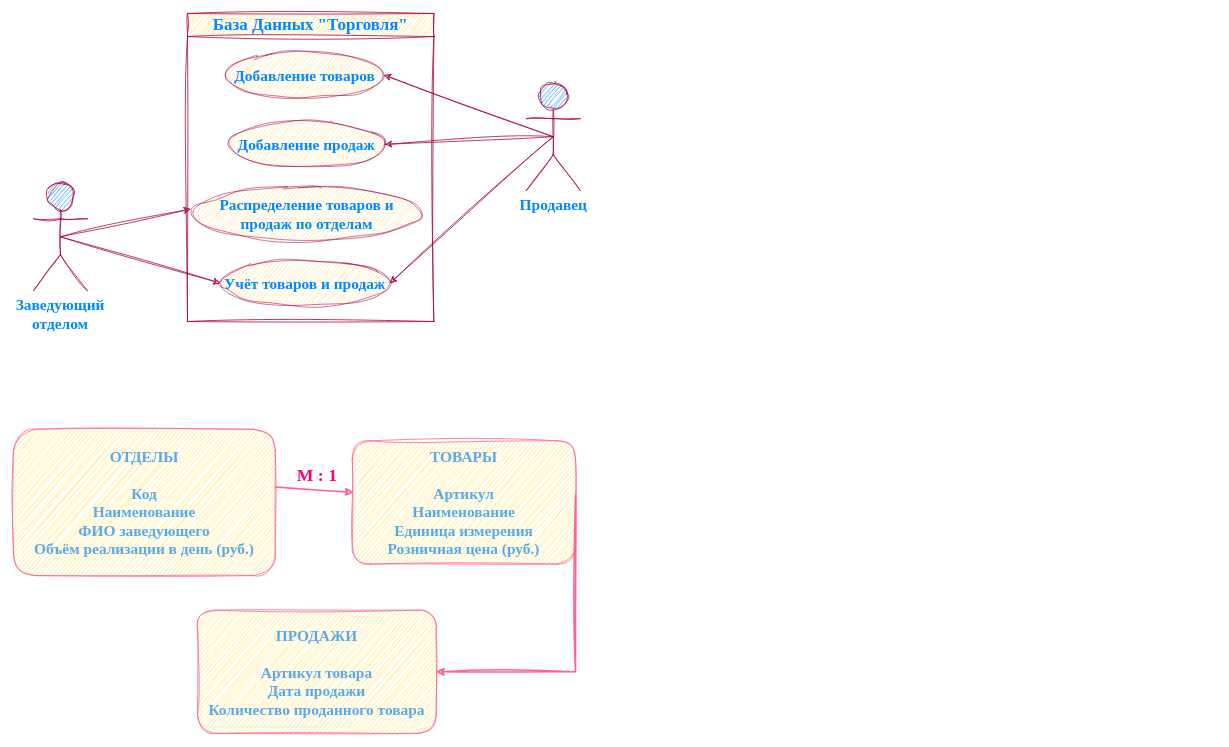
Daria-Zharinova/ZPervoe keeps this draw.io diagram as page "Страница 1" (2 of 2) of Практика.drawio. Above is the earlier version. Source tidied: cells renumbered, new cells numbered last; positions are measured from the earlier drawing's top-left corner, leaving out a move shared by most shapes. Both pictures are drawn from the tidied source at 77%, with x=0, y=0 at pixel (13, 13).
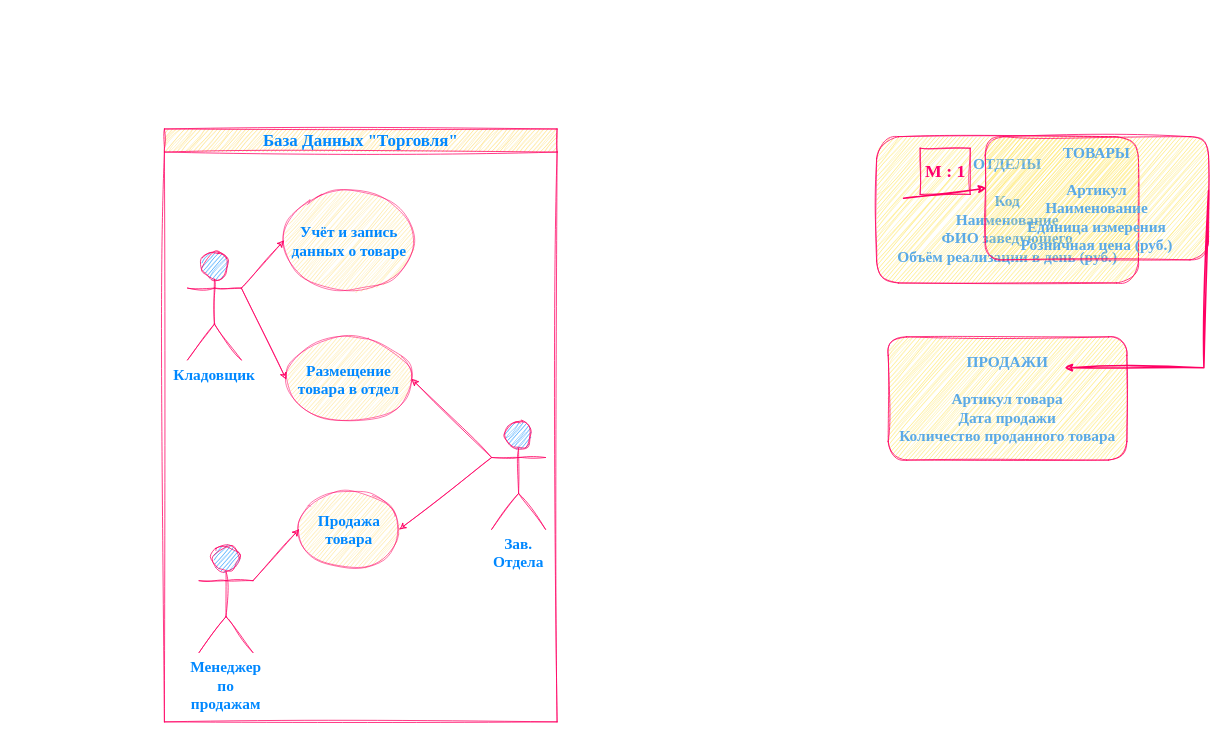
The same diagram, later.

The edit, as a diff of the source:
```diff
@@
-    <mxCell id="2" value="Заведующий отделом" style="shape=umlActor;verticalLabelPosition=bottom;verticalAlign=top;html=1;outlineConnect=0;whiteSpace=wrap;fillColor=#0088FF;strokeColor=#A50040;fontColor=#0088FF;shadow=0;swimlaneLine=1;sketch=1;curveFitting=1;jiggle=2;fontSize=20;fontStyle=1;fontFamily=Garamond;" parent="1" vertex="1">
-      <mxGeometry x="26" y="220" width="70" height="140" as="geometry" />
-    </mxCell>
-    <mxCell id="3" value="Продавец" style="shape=umlActor;verticalLabelPosition=bottom;verticalAlign=top;html=1;outlineConnect=0;fillColor=#0088FF;strokeColor=#A50040;fontColor=#0088FF;shadow=0;swimlaneLine=1;sketch=1;curveFitting=1;jiggle=2;fontSize=20;fontStyle=1;fontFamily=Garamond;" parent="1" vertex="1">
-      <mxGeometry x="666" y="90" width="70" height="140" as="geometry" />
-    </mxCell>
-    <mxCell id="4" value="База Данных &quot;Торговля&quot;" style="swimlane;startSize=30;fontStyle=1;horizontal=1;swimlaneLine=1;strokeWidth=1;swimlaneFillColor=#ffffff;whiteSpace=wrap;fillColor=#FFD966;strokeColor=#A50040;fontColor=#0088FF;shadow=0;labelBackgroundColor=none;rounded=0;sketch=1;curveFitting=1;jiggle=2;labelBorderColor=none;html=1;verticalAlign=middle;fontSize=22;fontFamily=Garamond;" parent="1" vertex="1">
-      <mxGeometry x="226" width="320" height="400" as="geometry" />
+    <mxCell id="4" value="База Данных &quot;Торговля&quot;" style="swimlane;startSize=30;fontStyle=1;horizontal=1;swimlaneLine=1;strokeWidth=1;swimlaneFillColor=#ffffff;whiteSpace=wrap;fillColor=#FFD966;strokeColor=#FF0063;fontColor=#0088FF;shadow=0;labelBackgroundColor=none;rounded=0;sketch=1;curveFitting=1;jiggle=2;labelBorderColor=none;html=1;verticalAlign=middle;fontSize=22;fontFamily=Garamond;" parent="1" vertex="1">
+      <mxGeometry x="196" y="150" width="510" height="770" as="geometry" />
     </mxCell>
-    <mxCell id="5" value="Добавление товаров" style="ellipse;whiteSpace=wrap;html=1;fillColor=#FFD966;strokeColor=#A50040;fontColor=#0088FF;shadow=0;swimlaneLine=1;fontStyle=1;sketch=1;curveFitting=1;jiggle=2;gradientColor=none;strokeWidth=1;opacity=70;fontSize=20;fontFamily=Garamond;" parent="4" vertex="1">
-      <mxGeometry x="50" y="50" width="205.4" height="60" as="geometry" />
+    <mxCell id="5" value="Учёт и запись данных о товаре" style="ellipse;whiteSpace=wrap;html=1;fillColor=#FFD966;strokeColor=#FF0063;fontColor=#0088FF;shadow=0;swimlaneLine=1;fontStyle=1;sketch=1;curveFitting=1;jiggle=2;gradientColor=none;strokeWidth=1;opacity=70;fontSize=20;fontFamily=Garamond;" parent="4" vertex="1">
+      <mxGeometry x="155" y="80" width="170" height="130" as="geometry" />
     </mxCell>
-    <mxCell id="6" value="Добавление продаж" style="ellipse;whiteSpace=wrap;html=1;fillColor=#FFD966;strokeColor=#A50040;fontColor=#0088FF;shadow=0;swimlaneLine=1;fontStyle=1;sketch=1;curveFitting=1;jiggle=2;gradientColor=none;strokeWidth=1;opacity=70;fontSize=20;fontFamily=Garamond;" parent="4" vertex="1">
-      <mxGeometry x="53.3" y="140" width="203.3" height="60" as="geometry" />
+    <mxCell id="6" value="Размещение товара в отдел" style="ellipse;whiteSpace=wrap;html=1;fillColor=#FFD966;strokeColor=#FF0063;fontColor=#0088FF;shadow=0;swimlaneLine=1;fontStyle=1;sketch=1;curveFitting=1;jiggle=2;gradientColor=none;strokeWidth=1;opacity=70;fontSize=20;fontFamily=Garamond;" parent="4" vertex="1">
+      <mxGeometry x="158.1" y="270" width="163.3" height="110" as="geometry" />
     </mxCell>
-    <mxCell id="7" value="Учёт товаров и продаж" style="ellipse;whiteSpace=wrap;html=1;fillColor=#FFD966;strokeColor=#A50040;fontColor=#0088FF;shadow=0;swimlaneLine=1;fontStyle=1;sketch=1;curveFitting=1;jiggle=2;gradientColor=none;strokeWidth=1;opacity=70;fontSize=20;fontFamily=Garamond;" parent="4" vertex="1">
-      <mxGeometry x="42.3" y="320" width="220.8" height="60" as="geometry" />
+    <mxCell id="7" value="Продажа товара" style="ellipse;whiteSpace=wrap;html=1;fillColor=#FFD966;strokeColor=#FF0063;fontColor=#0088FF;shadow=0;swimlaneLine=1;fontStyle=1;sketch=1;curveFitting=1;jiggle=2;gradientColor=none;strokeWidth=1;opacity=70;fontSize=20;fontFamily=Garamond;" parent="4" vertex="1">
+      <mxGeometry x="174.8" y="470" width="130.4" height="100" as="geometry" />
     </mxCell>
-    <mxCell id="8" value="Распределение товаров и продаж по отделам" style="ellipse;whiteSpace=wrap;html=1;fillColor=#FFD966;strokeColor=#A50040;fontColor=#0088FF;shadow=0;swimlaneLine=1;fontStyle=1;sketch=1;curveFitting=1;jiggle=2;gradientColor=none;strokeWidth=1;opacity=70;fontSize=20;fontFamily=Garamond;" parent="4" vertex="1">
-      <mxGeometry x="6.1" y="225" width="297.9" height="70" as="geometry" />
-    </mxCell>
+    <mxCell id="20" value="Менеджер по продажам" style="shape=umlActor;verticalLabelPosition=bottom;verticalAlign=top;html=1;outlineConnect=0;fillColor=#0088FF;strokeColor=#FF0063;fontColor=#0088FF;shadow=0;swimlaneLine=1;sketch=1;curveFitting=1;jiggle=2;fontSize=20;fontStyle=1;fontFamily=Garamond;whiteSpace=wrap;" parent="4" vertex="1">
+      <mxGeometry x="45" y="540" width="70" height="140" as="geometry" />
+    </mxCell>
+    <mxCell id="2" value="Кладовщик" style="shape=umlActor;verticalLabelPosition=bottom;verticalAlign=top;html=1;outlineConnect=0;whiteSpace=wrap;fillColor=#0088FF;strokeColor=#FF0063;fontColor=#0088FF;shadow=0;swimlaneLine=1;sketch=1;curveFitting=1;jiggle=2;fontSize=20;fontStyle=1;fontFamily=Garamond;" parent="4" vertex="1">
+      <mxGeometry x="30" y="160" width="70" height="140" as="geometry" />
+    </mxCell>
+    <mxCell id="13" style="endArrow=classic;html=1;rounded=0;fontColor=#0088FF;fillColor=#d80073;strokeColor=#FF0063;shadow=0;swimlaneLine=1;sketch=1;curveFitting=1;jiggle=2;fontFamily=Garamond;fontStyle=1;fontSize=20;exitX=1;exitY=0.3333333333333333;exitDx=0;exitDy=0;exitPerimeter=0;entryX=0;entryY=0.5;entryDx=0;entryDy=0;" parent="4" edge="1" source="2" target="5">
+      <mxGeometry relative="1" as="geometry" />
+    </mxCell>
+    <mxCell id="21" style="endArrow=classic;html=1;rounded=0;sketch=1;hachureGap=4;jiggle=2;curveFitting=1;fontFamily=Architects Daughter;fontSize=16;entryX=0;entryY=0.5;entryDx=0;entryDy=0;exitX=1;exitY=0.3333333333333333;exitDx=0;exitDy=0;exitPerimeter=0;strokeColor=#FF0063;" parent="4" edge="1" source="2" target="6">
+      <mxGeometry relative="1" as="geometry" />
+    </mxCell>
+    <mxCell id="22" style="endArrow=classic;html=1;rounded=0;sketch=1;hachureGap=4;jiggle=2;curveFitting=1;fontFamily=Architects Daughter;fontSize=16;entryX=0;entryY=0.5;entryDx=0;entryDy=0;exitX=1;exitY=0.3333333333333333;exitDx=0;exitDy=0;exitPerimeter=0;strokeColor=#FF0063;" parent="4" edge="1" source="20" target="7">
+      <mxGeometry relative="1" as="geometry" />
+    </mxCell>
+    <mxCell id="23" value="Зав. Отдела" style="shape=umlActor;verticalLabelPosition=bottom;verticalAlign=top;html=1;outlineConnect=0;whiteSpace=wrap;fillColor=#0088FF;strokeColor=#FF0063;fontColor=#0088FF;shadow=0;swimlaneLine=1;sketch=1;curveFitting=1;jiggle=2;fontSize=20;fontStyle=1;fontFamily=Garamond;" parent="4" vertex="1">
+      <mxGeometry x="425" y="380" width="70" height="140" as="geometry" />
+    </mxCell>
-    <mxCell id="9" style="endArrow=classic;html=1;rounded=0;exitX=0.5;exitY=0.5;exitDx=0;exitDy=0;exitPerimeter=0;entryX=1;entryY=0.5;entryDx=0;entryDy=0;fontColor=#0088FF;fillColor=#d80073;strokeColor=#A50040;shadow=0;swimlaneLine=1;sketch=1;curveFitting=1;jiggle=2;fontFamily=Garamond;fontStyle=1;fontSize=20;" parent="1" edge="1" source="3" target="5">
+    <mxCell id="9" style="endArrow=classic;html=1;rounded=0;exitX=0;exitY=0.3333333333333333;exitDx=0;exitDy=0;exitPerimeter=0;fontColor=#0088FF;fillColor=#d80073;strokeColor=#FF0063;shadow=0;swimlaneLine=1;sketch=1;curveFitting=1;jiggle=2;fontFamily=Garamond;fontStyle=1;fontSize=20;entryX=1;entryY=0.5;entryDx=0;entryDy=0;" parent="4" edge="1" source="23" target="6">
       <mxGeometry relative="1" as="geometry" />
     </mxCell>
-    <mxCell id="10" style="endArrow=classic;html=1;rounded=0;exitX=0.5;exitY=0.5;exitDx=0;exitDy=0;exitPerimeter=0;entryX=1;entryY=0.5;entryDx=0;entryDy=0;fontColor=#0088FF;fillColor=#d80073;strokeColor=#A50040;shadow=0;swimlaneLine=1;sketch=1;curveFitting=1;jiggle=2;fontFamily=Garamond;fontStyle=1;fontSize=20;" parent="1" edge="1" source="3" target="6">
-      <mxGeometry relative="1" as="geometry" />
-    </mxCell>
-    <mxCell id="11" style="endArrow=classic;html=1;rounded=0;exitX=0.5;exitY=0.5;exitDx=0;exitDy=0;exitPerimeter=0;fontColor=#0088FF;fillColor=#d80073;strokeColor=#A50040;shadow=0;swimlaneLine=1;sketch=1;curveFitting=1;jiggle=2;entryX=0;entryY=0.5;entryDx=0;entryDy=0;fontFamily=Garamond;fontStyle=1;fontSize=20;" parent="1" edge="1" source="2" target="7">
-      <mxGeometry relative="1" as="geometry" />
-    </mxCell>
-    <mxCell id="12" style="endArrow=classic;html=1;rounded=0;entryX=1;entryY=0.5;entryDx=0;entryDy=0;fontColor=#0088FF;fillColor=#d80073;strokeColor=#A50040;shadow=0;swimlaneLine=1;sketch=1;curveFitting=1;jiggle=2;fontFamily=Garamond;fontStyle=1;fontSize=20;exitX=0.5;exitY=0.5;exitDx=0;exitDy=0;exitPerimeter=0;" parent="1" edge="1" source="3" target="7">
-      <mxGeometry relative="1" as="geometry" />
-    </mxCell>
-    <mxCell id="13" style="endArrow=classic;html=1;rounded=0;exitX=0.5;exitY=0.5;exitDx=0;exitDy=0;exitPerimeter=0;entryX=-0.007;entryY=0.415;entryDx=0;entryDy=0;entryPerimeter=0;fontColor=#0088FF;fillColor=#d80073;strokeColor=#A50040;shadow=0;swimlaneLine=1;sketch=1;curveFitting=1;jiggle=2;fontFamily=Garamond;fontStyle=1;fontSize=20;" parent="1" edge="1" source="2" target="8">
-      <mxGeometry relative="1" as="geometry" />
-    </mxCell>
+    <mxCell id="24" style="endArrow=classic;html=1;rounded=0;sketch=1;hachureGap=4;jiggle=2;curveFitting=1;fontFamily=Architects Daughter;fontSize=16;exitX=0;exitY=0.3333333333333333;exitDx=0;exitDy=0;exitPerimeter=0;entryX=1;entryY=0.5;entryDx=0;entryDy=0;strokeColor=#FF0063;" parent="4" edge="1" source="23" target="7">
+      <mxGeometry relative="1" as="geometry" />
+    </mxCell>
-    <mxCell id="14" value="ОТДЕЛЫ&lt;br style=&quot;font-size: 20px;&quot;&gt;&lt;br style=&quot;font-size: 20px;&quot;&gt;Код&lt;br style=&quot;font-size: 20px;&quot;&gt;Наименование&lt;br style=&quot;font-size: 20px;&quot;&gt;ФИО заведующего&lt;br style=&quot;font-size: 20px;&quot;&gt;Объём реализации в день (руб.)" style="rounded=1;whiteSpace=wrap;html=1;fontSize=20;sketch=1;curveFitting=1;jiggle=2;labelBackgroundColor=none;fillColor=#FFE45E;strokeColor=#FF6392;fontColor=#5AA9E6;fontFamily=Garamond;fontStyle=1;" parent="1" vertex="1">
-      <mxGeometry y="540" width="340" height="190" as="geometry" />
+    <mxCell id="14" value="ОТДЕЛЫ&lt;br style=&quot;font-size: 20px;&quot;&gt;&lt;br style=&quot;font-size: 20px;&quot;&gt;Код&lt;br style=&quot;font-size: 20px;&quot;&gt;Наименование&lt;br style=&quot;font-size: 20px;&quot;&gt;ФИО заведующего&lt;br style=&quot;font-size: 20px;&quot;&gt;Объём реализации в день (руб.)" style="rounded=1;whiteSpace=wrap;html=1;fontSize=20;sketch=1;curveFitting=1;jiggle=2;labelBackgroundColor=none;fillColor=#FFE45E;strokeColor=#FF0063;fontColor=#5AA9E6;fontFamily=Garamond;fontStyle=1;" parent="1" vertex="1">
+      <mxGeometry x="1121" y="160" width="340" height="190" as="geometry" />
     </mxCell>
-    <mxCell id="15" value="ТОВАРЫ&lt;br style=&quot;font-size: 20px;&quot;&gt;&lt;font style=&quot;font-size: 20px;&quot;&gt;&lt;br style=&quot;font-size: 20px;&quot;&gt;&lt;/font&gt;Артикул&lt;br style=&quot;font-size: 20px;&quot;&gt;Наименование&lt;br style=&quot;font-size: 20px;&quot;&gt;Единица измерения&lt;br style=&quot;font-size: 20px;&quot;&gt;Розничная цена (руб.)" style="rounded=1;whiteSpace=wrap;html=1;fontSize=20;sketch=1;curveFitting=1;jiggle=2;labelBackgroundColor=none;fillColor=#FFE45E;strokeColor=#FF6392;fontColor=#5AA9E6;fontFamily=Garamond;fontStyle=1;" parent="1" vertex="1">
-      <mxGeometry x="440" y="555" width="290" height="160" as="geometry" />
+    <mxCell id="15" value="ТОВАРЫ&lt;br style=&quot;font-size: 20px;&quot;&gt;&lt;font style=&quot;font-size: 20px;&quot;&gt;&lt;br style=&quot;font-size: 20px;&quot;&gt;&lt;/font&gt;Артикул&lt;br style=&quot;font-size: 20px;&quot;&gt;Наименование&lt;br style=&quot;font-size: 20px;&quot;&gt;Единица измерения&lt;br style=&quot;font-size: 20px;&quot;&gt;Розничная цена (руб.)" style="rounded=1;whiteSpace=wrap;html=1;fontSize=20;sketch=1;curveFitting=1;jiggle=2;labelBackgroundColor=none;fillColor=#FFE45E;strokeColor=#FF0063;fontColor=#5AA9E6;fontFamily=Garamond;fontStyle=1;" parent="1" vertex="1">
+      <mxGeometry x="1262" y="160" width="290" height="160" as="geometry" />
     </mxCell>
-    <mxCell id="16" value="ПРОДАЖИ&lt;br style=&quot;font-size: 20px;&quot;&gt;&lt;br style=&quot;font-size: 20px;&quot;&gt;Артикул товара&lt;br style=&quot;font-size: 20px;&quot;&gt;Дата продажи&lt;br style=&quot;font-size: 20px;&quot;&gt;Количество проданного товара" style="rounded=1;whiteSpace=wrap;html=1;fontSize=20;sketch=1;curveFitting=1;jiggle=2;labelBackgroundColor=none;fillColor=#FFE45E;strokeColor=#FF6392;fontColor=#5AA9E6;fontStyle=1;fontFamily=Garamond;" parent="1" vertex="1">
-      <mxGeometry x="239" y="775" width="310" height="160" as="geometry" />
+    <mxCell id="16" value="ПРОДАЖИ&lt;br style=&quot;font-size: 20px;&quot;&gt;&lt;br style=&quot;font-size: 20px;&quot;&gt;Артикул товара&lt;br style=&quot;font-size: 20px;&quot;&gt;Дата продажи&lt;br style=&quot;font-size: 20px;&quot;&gt;Количество проданного товара" style="rounded=1;whiteSpace=wrap;html=1;fontSize=20;sketch=1;curveFitting=1;jiggle=2;labelBackgroundColor=none;fillColor=#FFE45E;strokeColor=#FF0063;fontColor=#5AA9E6;fontStyle=1;fontFamily=Garamond;" parent="1" vertex="1">
+      <mxGeometry x="1136" y="420" width="310" height="160" as="geometry" />
     </mxCell>
-    <mxCell id="17" style="endArrow=classic;html=1;rounded=0;sketch=1;hachureGap=4;jiggle=2;curveFitting=1;strokeColor=#FF6392;fontFamily=Garamond;fontSize=16;fontColor=#5AA9E6;fillColor=#FFE45E;entryX=0.005;entryY=0.418;entryDx=0;entryDy=0;strokeWidth=2;entryPerimeter=0;" parent="1" edge="1" target="15">
+    <mxCell id="17" style="endArrow=classic;html=1;rounded=0;sketch=1;hachureGap=4;jiggle=2;curveFitting=1;strokeColor=#FF0063;fontFamily=Garamond;fontSize=16;fontColor=#5AA9E6;fillColor=#FFE45E;entryX=0.005;entryY=0.418;entryDx=0;entryDy=0;strokeWidth=2;entryPerimeter=0;exitX=1;exitY=0.5;exitDx=0;exitDy=0;" parent="1" edge="1" target="15">
       <mxGeometry relative="1" as="geometry">
-        <mxPoint x="340" y="615" as="sourcePoint" />
+        <mxPoint x="1156" y="240" as="sourcePoint" />
       </mxGeometry>
     </mxCell>
-    <mxCell id="18" style="endArrow=classic;html=1;rounded=0;sketch=1;hachureGap=4;jiggle=2;curveFitting=1;strokeColor=#FF6392;fontFamily=Garamond;fontSize=16;fontColor=#5AA9E6;fillColor=#FFE45E;exitX=1;exitY=0.438;exitDx=0;exitDy=0;strokeWidth=2;entryX=1;entryY=0.5;entryDx=0;entryDy=0;exitPerimeter=0;" parent="1" edge="1" source="15" target="16">
+    <mxCell id="18" style="endArrow=classic;html=1;rounded=0;sketch=1;hachureGap=4;jiggle=2;curveFitting=1;strokeColor=#FF0063;fontFamily=Garamond;fontSize=16;fontColor=#5AA9E6;fillColor=#FFE45E;exitX=1;exitY=0.438;exitDx=0;exitDy=0;strokeWidth=2;entryX=1;entryY=0.5;entryDx=0;entryDy=0;exitPerimeter=0;" parent="1" edge="1" source="15">
       <mxGeometry relative="1" as="geometry">
+        <mxPoint x="1365" y="460" as="targetPoint" />
         <Array as="points">
-          <mxPoint x="730" y="855" />
+          <mxPoint x="1546" y="460" />
         </Array>
       </mxGeometry>
     </mxCell>
-    <mxCell id="19" value="&lt;b&gt;&lt;font style=&quot;font-size: 23px;&quot; color=&quot;#ff006f&quot;&gt;М : 1&lt;/font&gt;&lt;/b&gt;" style="rounded=0;whiteSpace=wrap;html=1;sketch=1;hachureGap=4;jiggle=2;curveFitting=1;strokeColor=none;fontFamily=Garamond;fontSize=20;fontColor=#5AA9E6;fillColor=none;" parent="1" vertex="1">
-      <mxGeometry x="361.5" y="570" width="65" height="60" as="geometry" />
+    <mxCell id="19" value="&lt;b&gt;&lt;font style=&quot;font-size: 23px;&quot; color=&quot;#ff006f&quot;&gt;М : 1&lt;/font&gt;&lt;/b&gt;" style="rounded=0;whiteSpace=wrap;html=1;sketch=1;hachureGap=4;jiggle=2;curveFitting=1;strokeColor=#FF0063;fontFamily=Garamond;fontSize=20;fontColor=#5AA9E6;fillColor=none;" parent="1" vertex="1">
+      <mxGeometry x="1177.5" y="175" width="65" height="60" as="geometry" />
     </mxCell>
```
